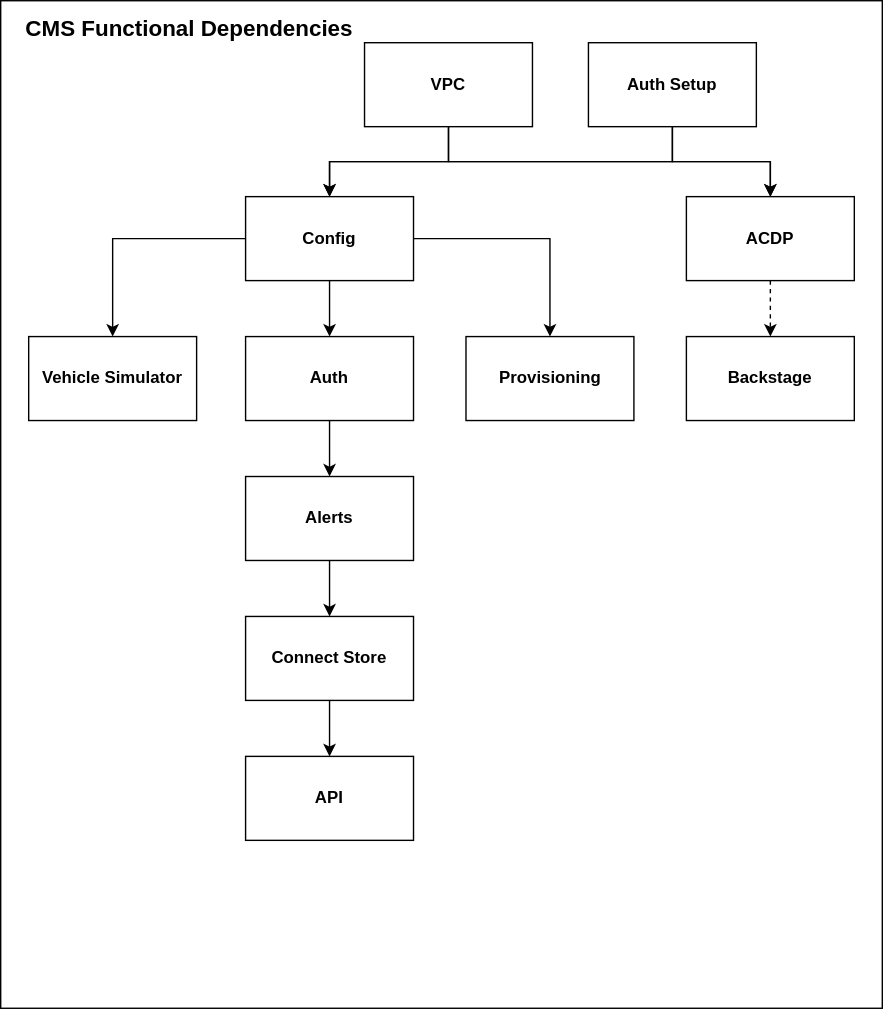
Above: documentation/dependencies/cms-functional-dependencies.svg in aws-samples/sample-connected-mobility-solution-on-aws (draw.io), before the change. Source tidied: cells renumbered, new cells last; positions are measured from the earlier drawing's top-left corner, leaving out a move shared by most shapes. Source of this version:
```xml
<mxGraphModel>
  <root>
    <mxCell id="0" />
    <mxCell id="1" parent="0" />
    <mxCell id="2" style="rounded=0;whiteSpace=wrap;html=1;" parent="1" vertex="1">
      <mxGeometry width="630" height="720" as="geometry" />
    </mxCell>
    <mxCell id="3" style="edgeStyle=orthogonalEdgeStyle;rounded=0;html=1;entryX=0.5;entryY=0;entryDx=0;entryDy=0;jettySize=auto;" parent="1" edge="1" source="6" target="8">
      <mxGeometry relative="1" as="geometry" />
    </mxCell>
    <mxCell id="4" style="edgeStyle=orthogonalEdgeStyle;rounded=0;html=1;entryX=0.5;entryY=0;entryDx=0;entryDy=0;jettySize=auto;" parent="1" edge="1" source="6" target="15">
      <mxGeometry relative="1" as="geometry" />
    </mxCell>
    <mxCell id="5" style="edgeStyle=orthogonalEdgeStyle;rounded=0;html=1;entryX=0.5;entryY=0;entryDx=0;entryDy=0;jettySize=auto;" parent="1" edge="1" source="6" target="14">
      <mxGeometry relative="1" as="geometry" />
    </mxCell>
    <mxCell id="6" value="&lt;div&gt;&lt;b&gt;Config&lt;/b&gt;&lt;/div&gt;" style="rounded=0;whiteSpace=wrap;html=1;" parent="1" vertex="1">
      <mxGeometry x="175" y="140" width="120" height="60" as="geometry" />
    </mxCell>
    <mxCell id="7" style="edgeStyle=orthogonalEdgeStyle;rounded=0;html=1;entryX=0.5;entryY=0;entryDx=0;entryDy=0;jettySize=auto;" parent="1" edge="1" source="8" target="12">
      <mxGeometry relative="1" as="geometry" />
    </mxCell>
    <mxCell id="8" value="&lt;div&gt;&lt;b&gt;Auth&lt;/b&gt;&lt;/div&gt;" style="rounded=0;whiteSpace=wrap;html=1;" parent="1" vertex="1">
      <mxGeometry x="175" y="240" width="120" height="60" as="geometry" />
    </mxCell>
    <mxCell id="9" style="edgeStyle=orthogonalEdgeStyle;rounded=0;html=1;entryX=0.5;entryY=0;entryDx=0;entryDy=0;jettySize=auto;" parent="1" edge="1" source="10" target="13">
      <mxGeometry relative="1" as="geometry" />
    </mxCell>
    <mxCell id="10" value="&lt;div&gt;&lt;b&gt;Connect Store&lt;/b&gt;&lt;/div&gt;" style="rounded=0;whiteSpace=wrap;html=1;" parent="1" vertex="1">
      <mxGeometry x="175" y="440" width="120" height="60" as="geometry" />
    </mxCell>
    <mxCell id="11" style="edgeStyle=orthogonalEdgeStyle;rounded=0;html=1;entryX=0.5;entryY=0;entryDx=0;entryDy=0;jettySize=auto;" parent="1" edge="1" source="12" target="10">
      <mxGeometry relative="1" as="geometry" />
    </mxCell>
    <mxCell id="12" value="&lt;div&gt;&lt;b&gt;Alerts&lt;/b&gt;&lt;/div&gt;" style="rounded=0;whiteSpace=wrap;html=1;" parent="1" vertex="1">
      <mxGeometry x="175" y="340" width="120" height="60" as="geometry" />
    </mxCell>
    <mxCell id="13" value="&lt;div&gt;&lt;b&gt;API&lt;/b&gt;&lt;/div&gt;" style="rounded=0;whiteSpace=wrap;html=1;" parent="1" vertex="1">
      <mxGeometry x="175" y="540" width="120" height="60" as="geometry" />
    </mxCell>
    <mxCell id="14" value="&lt;div&gt;&lt;b&gt;Provisioning&lt;/b&gt;&lt;/div&gt;" style="rounded=0;whiteSpace=wrap;html=1;" parent="1" vertex="1">
      <mxGeometry x="332.5" y="240" width="120" height="60" as="geometry" />
    </mxCell>
    <mxCell id="15" value="&lt;div&gt;&lt;b&gt;Vehicle Simulator&lt;/b&gt;&lt;/div&gt;" style="rounded=0;whiteSpace=wrap;html=1;" parent="1" vertex="1">
      <mxGeometry x="20" y="240" width="120" height="60" as="geometry" />
    </mxCell>
    <mxCell id="16" value="&lt;font style=&quot;font-size: 16px;&quot;&gt;&lt;b&gt;CMS Functional Dependencies&lt;/b&gt;&lt;/font&gt;" style="text;html=1;strokeColor=none;fillColor=none;align=center;verticalAlign=middle;whiteSpace=wrap;rounded=0;" parent="1" vertex="1">
      <mxGeometry x="10" y="10" width="250" height="20" as="geometry" />
    </mxCell>
    <mxCell id="17" style="edgeStyle=orthogonalEdgeStyle;rounded=0;html=1;jettySize=auto;dashed=1;" parent="1" edge="1" source="18" target="19">
      <mxGeometry relative="1" as="geometry" />
    </mxCell>
    <mxCell id="18" value="&lt;div&gt;&lt;b&gt;ACDP&lt;/b&gt;&lt;/div&gt;" style="rounded=0;whiteSpace=wrap;html=1;" parent="1" vertex="1">
      <mxGeometry x="490" y="140" width="120" height="60" as="geometry" />
    </mxCell>
    <mxCell id="19" value="&lt;div&gt;&lt;b&gt;Backstage&lt;/b&gt;&lt;/div&gt;" style="rounded=0;whiteSpace=wrap;html=1;" parent="1" vertex="1">
      <mxGeometry x="490" y="240" width="120" height="60" as="geometry" />
    </mxCell>
    <mxCell id="20" style="edgeStyle=orthogonalEdgeStyle;rounded=0;html=1;exitX=0.5;exitY=1;exitDx=0;exitDy=0;entryX=0.5;entryY=0;entryDx=0;entryDy=0;jettySize=auto;" parent="1" edge="1" source="22" target="18">
      <mxGeometry relative="1" as="geometry" />
    </mxCell>
    <mxCell id="21" style="edgeStyle=orthogonalEdgeStyle;rounded=0;html=1;exitX=0.5;exitY=1;exitDx=0;exitDy=0;entryX=0.5;entryY=0;entryDx=0;entryDy=0;jettySize=auto;" parent="1" edge="1" source="22" target="6">
      <mxGeometry relative="1" as="geometry" />
    </mxCell>
    <mxCell id="22" value="&lt;div&gt;&lt;b&gt;VPC&lt;/b&gt;&lt;/div&gt;" style="rounded=0;whiteSpace=wrap;html=1;" parent="1" vertex="1">
      <mxGeometry x="260" y="30" width="120" height="60" as="geometry" />
    </mxCell>
    <mxCell id="23" style="edgeStyle=orthogonalEdgeStyle;rounded=0;html=1;exitX=0.5;exitY=1;exitDx=0;exitDy=0;jettySize=auto;" parent="1" edge="1" source="25">
      <mxGeometry relative="1" as="geometry">
        <mxPoint x="550" y="140" as="targetPoint" />
        <Array as="points">
          <mxPoint x="480" y="115" />
          <mxPoint x="550" y="115" />
        </Array>
      </mxGeometry>
    </mxCell>
    <mxCell id="24" style="edgeStyle=orthogonalEdgeStyle;rounded=0;html=1;exitX=0.5;exitY=1;exitDx=0;exitDy=0;jettySize=auto;" parent="1" edge="1" source="25">
      <mxGeometry relative="1" as="geometry">
        <mxPoint x="235" y="140" as="targetPoint" />
        <Array as="points">
          <mxPoint x="480" y="115" />
          <mxPoint x="235" y="115" />
        </Array>
      </mxGeometry>
    </mxCell>
    <mxCell id="25" value="&lt;div&gt;&lt;b&gt;Auth Setup&lt;/b&gt;&lt;/div&gt;" style="rounded=0;whiteSpace=wrap;html=1;" parent="1" vertex="1">
      <mxGeometry x="420" y="30" width="120" height="60" as="geometry" />
    </mxCell>
  </root>
</mxGraphModel>
```
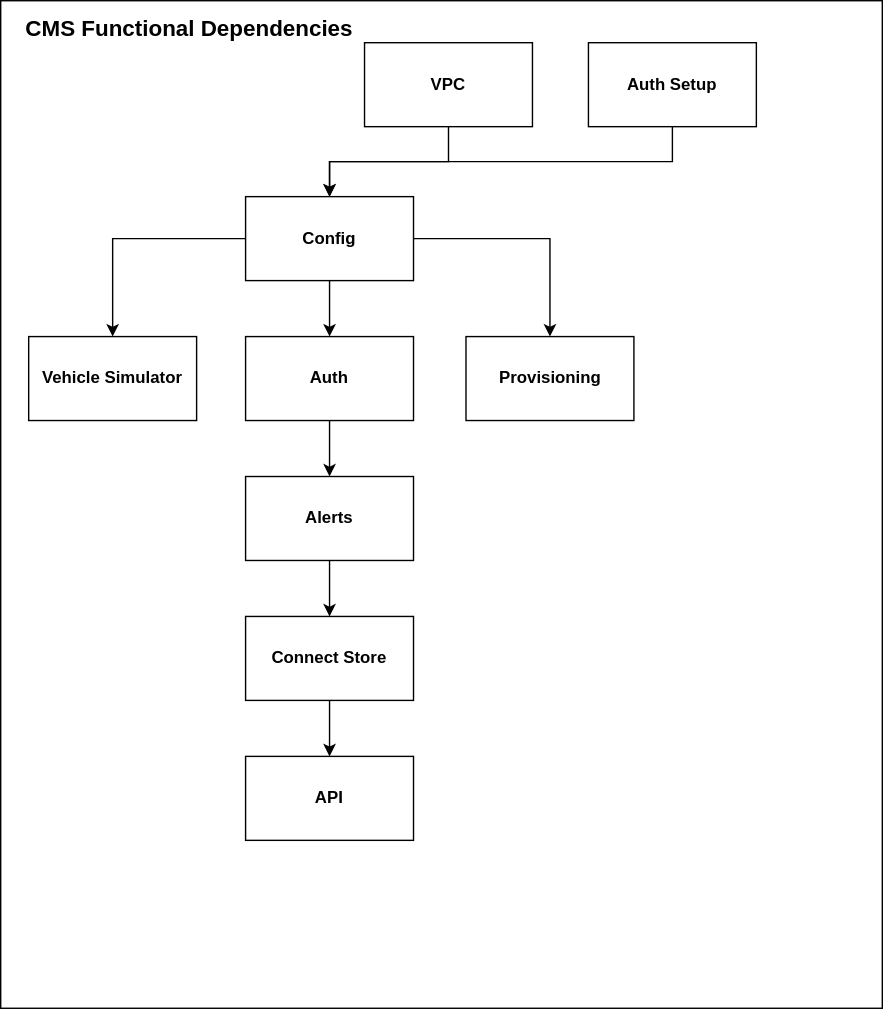
The same file after the commit.

Diff of the diagram source:
```diff
@@ -47,33 +47,12 @@
     <mxCell id="16" value="&lt;font style=&quot;font-size: 16px;&quot;&gt;&lt;b&gt;CMS Functional Dependencies&lt;/b&gt;&lt;/font&gt;" style="text;html=1;strokeColor=none;fillColor=none;align=center;verticalAlign=middle;whiteSpace=wrap;rounded=0;" parent="1" vertex="1">
       <mxGeometry x="10" y="10" width="250" height="20" as="geometry" />
     </mxCell>
-    <mxCell id="17" style="edgeStyle=orthogonalEdgeStyle;rounded=0;html=1;jettySize=auto;dashed=1;" parent="1" edge="1" source="18" target="19">
-      <mxGeometry relative="1" as="geometry" />
-    </mxCell>
-    <mxCell id="18" value="&lt;div&gt;&lt;b&gt;ACDP&lt;/b&gt;&lt;/div&gt;" style="rounded=0;whiteSpace=wrap;html=1;" parent="1" vertex="1">
-      <mxGeometry x="490" y="140" width="120" height="60" as="geometry" />
-    </mxCell>
-    <mxCell id="19" value="&lt;div&gt;&lt;b&gt;Backstage&lt;/b&gt;&lt;/div&gt;" style="rounded=0;whiteSpace=wrap;html=1;" parent="1" vertex="1">
-      <mxGeometry x="490" y="240" width="120" height="60" as="geometry" />
-    </mxCell>
-    <mxCell id="20" style="edgeStyle=orthogonalEdgeStyle;rounded=0;html=1;exitX=0.5;exitY=1;exitDx=0;exitDy=0;entryX=0.5;entryY=0;entryDx=0;entryDy=0;jettySize=auto;" parent="1" edge="1" source="22" target="18">
-      <mxGeometry relative="1" as="geometry" />
-    </mxCell>
     <mxCell id="21" style="edgeStyle=orthogonalEdgeStyle;rounded=0;html=1;exitX=0.5;exitY=1;exitDx=0;exitDy=0;entryX=0.5;entryY=0;entryDx=0;entryDy=0;jettySize=auto;" parent="1" edge="1" source="22" target="6">
       <mxGeometry relative="1" as="geometry" />
     </mxCell>
     <mxCell id="22" value="&lt;div&gt;&lt;b&gt;VPC&lt;/b&gt;&lt;/div&gt;" style="rounded=0;whiteSpace=wrap;html=1;" parent="1" vertex="1">
       <mxGeometry x="260" y="30" width="120" height="60" as="geometry" />
     </mxCell>
-    <mxCell id="23" style="edgeStyle=orthogonalEdgeStyle;rounded=0;html=1;exitX=0.5;exitY=1;exitDx=0;exitDy=0;jettySize=auto;" parent="1" edge="1" source="25">
-      <mxGeometry relative="1" as="geometry">
-        <mxPoint x="550" y="140" as="targetPoint" />
-        <Array as="points">
-          <mxPoint x="480" y="115" />
-          <mxPoint x="550" y="115" />
-        </Array>
-      </mxGeometry>
-    </mxCell>
     <mxCell id="24" style="edgeStyle=orthogonalEdgeStyle;rounded=0;html=1;exitX=0.5;exitY=1;exitDx=0;exitDy=0;jettySize=auto;" parent="1" edge="1" source="25">
       <mxGeometry relative="1" as="geometry">
         <mxPoint x="235" y="140" as="targetPoint" />
```
